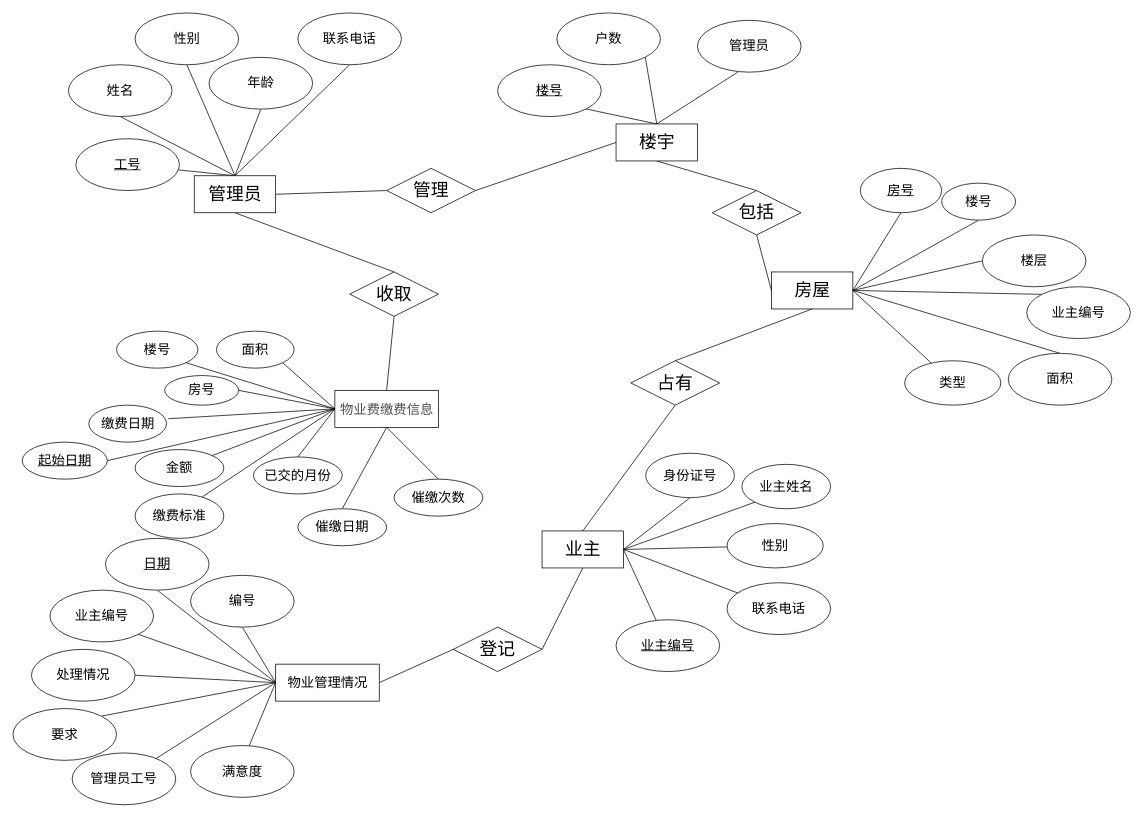
Earlier version of the draw.io diagram Untitled Diagram.drawio (lidsu/Gulimall). Source tidied: cells renumbered, new cells numbered last; positions are measured from the earlier drawing's top-left corner, leaving out a move shared by most shapes. Both pictures are drawn from the tidied source at 74%, with x=0, y=0 at pixel (13, 13).
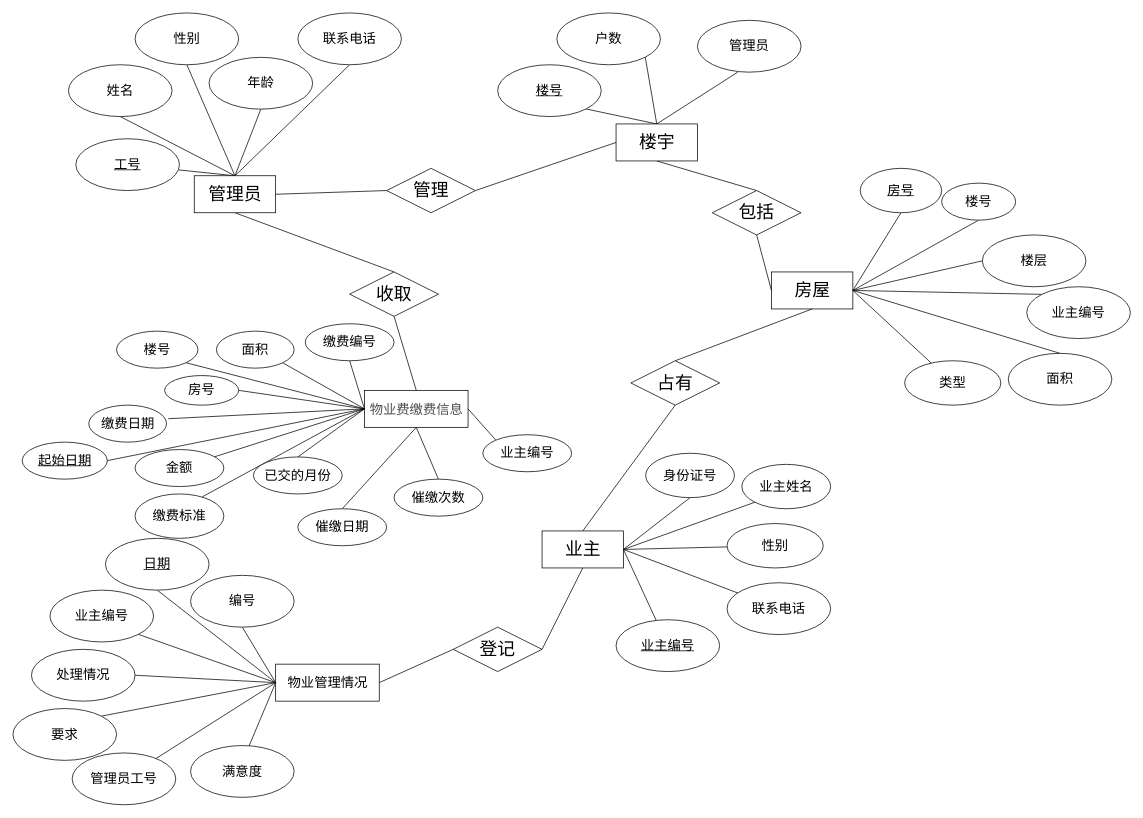
The same page after the edit.

What changed in the source:
```diff
@@
     <mxCell id="30" value="&lt;span style=&quot;color: rgb(77, 77, 77); font-family: -apple-system, &amp;quot;SF UI Text&amp;quot;, Arial, &amp;quot;PingFang SC&amp;quot;, &amp;quot;Hiragino Sans GB&amp;quot;, &amp;quot;Microsoft YaHei&amp;quot;, &amp;quot;WenQuanYi Micro Hei&amp;quot;, sans-serif, SimHei, SimSun; text-align: start; background-color: rgb(255, 255, 255);&quot;&gt;&lt;font style=&quot;font-size: 18px;&quot;&gt;物业费缴费信息&lt;/font&gt;&lt;/span&gt;" style="html=1;" parent="1" vertex="1">
-      <mxGeometry x="435" y="510" width="140" height="50" as="geometry" />
+      <mxGeometry x="475" y="510" width="140" height="50" as="geometry" />
     </mxCell>
@@
+    <mxCell id="97" style="edgeStyle=none;rounded=0;jettySize=auto;html=1;exitX=0.5;exitY=1;exitDx=0;exitDy=0;entryX=0;entryY=0.5;entryDx=0;entryDy=0;endArrow=none;endFill=0;" parent="1" edge="1" source="98" target="30">
+      <mxGeometry relative="1" as="geometry" />
+    </mxCell>
+    <mxCell id="98" value="缴费编号" style="ellipse;whiteSpace=wrap;html=1;fontSize=18;" parent="1" vertex="1">
+      <mxGeometry x="395" y="420" width="120" height="50" as="geometry" />
+    </mxCell>
+    <mxCell id="99" style="edgeStyle=none;rounded=0;jettySize=auto;html=1;exitX=0;exitY=0;exitDx=0;exitDy=0;entryX=1;entryY=0.5;entryDx=0;entryDy=0;endArrow=none;endFill=0;" parent="1" edge="1" source="100" target="30">
+      <mxGeometry relative="1" as="geometry" />
+    </mxCell>
+    <mxCell id="100" value="业主编号" style="ellipse;whiteSpace=wrap;html=1;fontSize=18;" parent="1" vertex="1">
+      <mxGeometry x="635" y="570" width="120" height="50" as="geometry" />
+    </mxCell>
```
